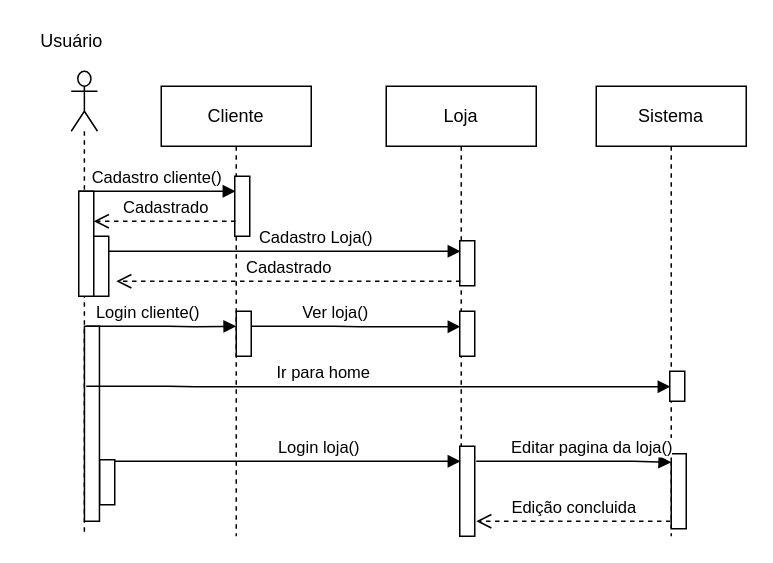
This is Diagram-sequence.drawio from KevinCOliveira/Drawio, a draw.io file, before an edit. Source tidied: cells renumbered, new cells numbered last; positions are measured from the earlier drawing's top-left corner, leaving out a move shared by most shapes. Both pictures are drawn from the tidied source at 150%, with x=0, y=0 at pixel (26, 26).
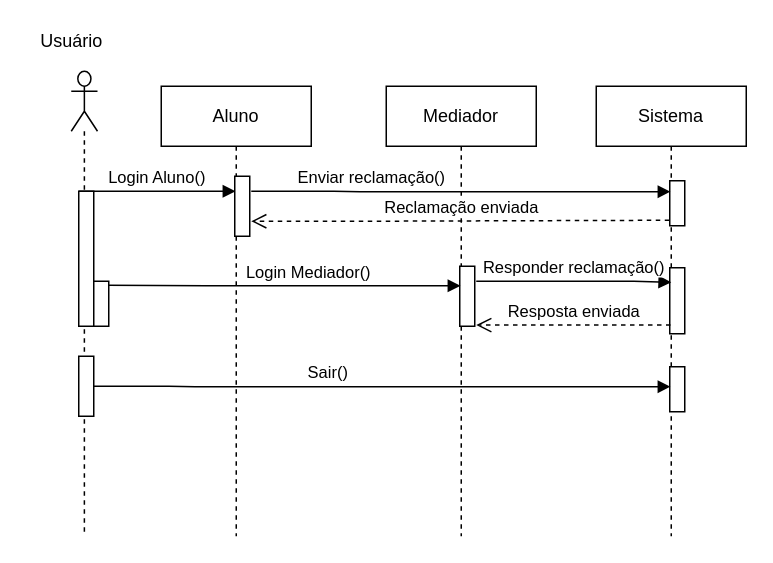
Above is the later version.

Unchanged cells that the change refers to:
```xml
<mxCell id="2" style="shape=umlLifeline;participant=umlActor;perimeter=lifelinePerimeter;whiteSpace=wrap;html=1;verticalAlign=top;spacingTop=36;size=40;" parent="1" vertex="1">
  <mxGeometry x="30" y="30" width="17.5" height="310" as="geometry" />
</mxCell>
<mxCell id="11" value="&lt;div&gt;Sistema&lt;/div&gt;" style="shape=umlLifeline;perimeter=lifelinePerimeter;whiteSpace=wrap;html=1;outlineConnect=0;" parent="1" vertex="1">
  <mxGeometry x="380" y="40" width="100" height="300" as="geometry" />
</mxCell>
```

The edit, as a diff of the source:
```diff
@@
     <mxCell id="3" style="html=1;points=[];perimeter=orthogonalPerimeter;" parent="2" vertex="1">
-      <mxGeometry x="5" y="80" width="10" height="70" as="geometry" />
+      <mxGeometry x="5" y="80" width="10" height="90" as="geometry" />
     </mxCell>
-    <mxCell id="4" style="html=1;points=[];perimeter=orthogonalPerimeter;" parent="2" vertex="1">
-      <mxGeometry x="15" y="110" width="10" height="40" as="geometry" />
-    </mxCell>
-    <mxCell id="5" style="html=1;perimeter=orthogonalPerimeter;" parent="2" vertex="1">
-      <mxGeometry x="8.8" y="170" width="10" height="130" as="geometry" />
-    </mxCell>
-    <mxCell id="6" style="html=1;points=[];perimeter=orthogonalPerimeter;" parent="2" vertex="1">
-      <mxGeometry x="19" y="259" width="10" height="30" as="geometry" />
-    </mxCell>
+    <mxCell id="10" style="html=1;points=[];perimeter=orthogonalPerimeter;" parent="2" vertex="1">
+      <mxGeometry x="5" y="190" width="10" height="40" as="geometry" />
+    </mxCell>
-    <mxCell id="7" value="&lt;div&gt;Loja&lt;/div&gt;" style="shape=umlLifeline;perimeter=lifelinePerimeter;whiteSpace=wrap;html=1;outlineConnect=0;" parent="1" vertex="1">
+    <mxCell id="7" value="Mediador" style="shape=umlLifeline;perimeter=lifelinePerimeter;whiteSpace=wrap;html=1;outlineConnect=0;" parent="1" vertex="1">
       <mxGeometry x="240" y="40" width="100" height="300" as="geometry" />
     </mxCell>
-    <mxCell id="8" style="html=1;perimeter=orthogonalPerimeter;" parent="7" vertex="1">
-      <mxGeometry x="49" y="240" width="10" height="60" as="geometry" />
-    </mxCell>
-    <mxCell id="9" style="html=1;perimeter=orthogonalPerimeter;" parent="7" vertex="1">
-      <mxGeometry x="49" y="103" width="10" height="30" as="geometry" />
-    </mxCell>
-    <mxCell id="10" style="html=1;points=[];perimeter=orthogonalPerimeter;" parent="7" vertex="1">
-      <mxGeometry x="49" y="150" width="10" height="30" as="geometry" />
-    </mxCell>
+    <mxCell id="17" style="html=1;perimeter=orthogonalPerimeter;" parent="7" vertex="1">
+      <mxGeometry x="49" y="120" width="10" height="40" as="geometry" />
+    </mxCell>
@@
     <mxCell id="12" style="html=1;perimeter=orthogonalPerimeter;" parent="11" vertex="1">
-      <mxGeometry x="50" y="245" width="10" height="50" as="geometry" />
+      <mxGeometry x="49" y="121" width="10" height="44" as="geometry" />
     </mxCell>
     <mxCell id="13" style="html=1;perimeter=orthogonalPerimeter;" parent="11" vertex="1">
-      <mxGeometry x="49" y="190" width="10" height="20" as="geometry" />
+      <mxGeometry x="49" y="187" width="10" height="30" as="geometry" />
     </mxCell>
+    <mxCell id="28" style="html=1;points=[];perimeter=orthogonalPerimeter;" parent="11" vertex="1">
+      <mxGeometry x="49" y="63" width="10" height="30" as="geometry" />
+    </mxCell>
@@
-    <mxCell id="15" value="Cliente" style="shape=umlLifeline;perimeter=lifelinePerimeter;whiteSpace=wrap;html=1;outlineConnect=0;" parent="1" vertex="1">
+    <mxCell id="15" value="Aluno" style="shape=umlLifeline;perimeter=lifelinePerimeter;whiteSpace=wrap;html=1;outlineConnect=0;" parent="1" vertex="1">
       <mxGeometry x="90" y="40" width="100" height="300" as="geometry" />
     </mxCell>
-    <mxCell id="16" value="Cadastro cliente()" style="html=1;verticalAlign=bottom;endArrow=block;rounded=0;" parent="15" edge="1" target="15">
+    <mxCell id="16" value="Login Aluno()" style="html=1;verticalAlign=bottom;endArrow=block;rounded=0;" parent="15" edge="1" target="15">
       <mxGeometry relative="1" as="geometry">
         <mxPoint x="-55" y="70" as="sourcePoint" />
       </mxGeometry>
     </mxCell>
-    <mxCell id="17" style="html=1;perimeter=orthogonalPerimeter;" parent="15" vertex="1">
-      <mxGeometry x="50" y="150" width="10" height="30" as="geometry" />
-    </mxCell>
-    <mxCell id="18" value="Ver loja()" style="html=1;verticalAlign=bottom;endArrow=block;rounded=0;" parent="15" edge="1" target="7">
-      <mxGeometry x="-0.19" relative="1" as="geometry">
-        <mxPoint x="60" y="160" as="sourcePoint" />
-        <Array as="points">
-          <mxPoint x="115" y="160" />
-          <mxPoint x="132.5" y="160.3" />
-        </Array>
-      </mxGeometry>
-    </mxCell>
@@
-    <mxCell id="20" value="Cadastro Loja()" style="html=1;verticalAlign=bottom;endArrow=block;rounded=0;" parent="1" edge="1" source="4" target="7">
-      <mxGeometry x="0.18" relative="1" as="geometry">
-        <Array as="points">
-          <mxPoint x="110" y="150" />
-        </Array>
-      </mxGeometry>
-    </mxCell>
-    <mxCell id="21" value="Login cliente()" style="html=1;verticalAlign=bottom;endArrow=block;rounded=0;" parent="1" edge="1">
-      <mxGeometry x="-0.19" relative="1" as="geometry">
-        <mxPoint x="40" y="200" as="sourcePoint" />
-        <mxPoint x="140" y="200" as="targetPoint" />
-        <Array as="points">
-          <mxPoint x="95" y="200" />
-          <mxPoint x="112.5" y="200.3" />
-        </Array>
-      </mxGeometry>
-    </mxCell>
-    <mxCell id="22" value="Login loja()" style="html=1;verticalAlign=bottom;endArrow=block;rounded=0;" parent="1" edge="1" source="6" target="7">
-      <mxGeometry x="0.18" relative="1" as="geometry">
+    <mxCell id="22" value="Login Mediador()" style="html=1;verticalAlign=bottom;endArrow=block;rounded=0;exitX=0.917;exitY=0.089;exitDx=0;exitDy=0;exitPerimeter=0;" parent="1" edge="1" source="6" target="7">
+      <mxGeometry x="0.14" relative="1" as="geometry">
         <Array as="points">
-          <mxPoint x="80" y="290" />
-          <mxPoint x="110" y="290" />
-          <mxPoint x="150" y="290" />
+          <mxPoint x="120" y="173" />
         </Array>
       </mxGeometry>
     </mxCell>
-    <mxCell id="23" value="Cadastrado" style="html=1;verticalAlign=bottom;endArrow=open;dashed=1;endSize=8;rounded=0;" parent="1" edge="1" source="15" target="3">
-      <mxGeometry relative="1" as="geometry">
-        <Array as="points">
-          <mxPoint x="90" y="130" />
-        </Array>
-      </mxGeometry>
-    </mxCell>
-    <mxCell id="24" value="Cadastrado" style="html=1;verticalAlign=bottom;endArrow=open;dashed=1;endSize=8;rounded=0;" parent="1" edge="1" source="7">
-      <mxGeometry relative="1" as="geometry">
-        <mxPoint x="60" y="170" as="targetPoint" />
-        <Array as="points">
-          <mxPoint x="235" y="170" />
-        </Array>
-      </mxGeometry>
-    </mxCell>
-    <mxCell id="25" value="Editar pagina da loja()" style="html=1;verticalAlign=bottom;endArrow=block;rounded=0;" parent="1" edge="1">
-      <mxGeometry x="0.18" relative="1" as="geometry">
-        <mxPoint x="300" y="290" as="sourcePoint" />
-        <mxPoint x="430" y="290.7" as="targetPoint" />
+    <mxCell id="25" value="Responder reclamação()" style="html=1;verticalAlign=bottom;endArrow=block;rounded=0;" parent="1" edge="1">
+      <mxGeometry relative="1" as="geometry">
+        <mxPoint x="300" y="170" as="sourcePoint" />
+        <mxPoint x="430" y="170.7" as="targetPoint" />
         <Array as="points">
-          <mxPoint x="335" y="290" />
-          <mxPoint x="365" y="290" />
-          <mxPoint x="405" y="290" />
+          <mxPoint x="335" y="170" />
+          <mxPoint x="350" y="170" />
+          <mxPoint x="365" y="170" />
+          <mxPoint x="405" y="170" />
         </Array>
       </mxGeometry>
     </mxCell>
-    <mxCell id="26" value="&lt;div&gt;Edição concluida&lt;/div&gt;" style="html=1;verticalAlign=bottom;endArrow=open;dashed=1;endSize=8;rounded=0;" parent="1" edge="1">
+    <mxCell id="26" value="&lt;div&gt;Resposta enviada&lt;/div&gt;" style="html=1;verticalAlign=bottom;endArrow=open;dashed=1;endSize=8;rounded=0;" parent="1" edge="1">
       <mxGeometry relative="1" as="geometry">
-        <mxPoint x="429.5" y="330" as="sourcePoint" />
-        <mxPoint x="300" y="330" as="targetPoint" />
+        <mxPoint x="429.5" y="199.2" as="sourcePoint" />
+        <mxPoint x="300" y="199.2" as="targetPoint" />
         <Array as="points">
-          <mxPoint x="375" y="330" />
+          <mxPoint x="375" y="199.2" />
         </Array>
       </mxGeometry>
     </mxCell>
-    <mxCell id="27" value="Ir para home" style="html=1;verticalAlign=bottom;endArrow=block;rounded=0;" parent="1" edge="1" target="11">
+    <mxCell id="27" value="Sair()" style="html=1;verticalAlign=bottom;endArrow=block;rounded=0;" parent="1" edge="1" source="10" target="11">
       <mxGeometry x="-0.19" relative="1" as="geometry">
-        <mxPoint x="40" y="240" as="sourcePoint" />
         <Array as="points">
           <mxPoint x="95" y="240" />
           <mxPoint x="112.5" y="240.3" />
         </Array>
       </mxGeometry>
     </mxCell>
+    <mxCell id="29" value="Enviar reclamação()" style="html=1;verticalAlign=bottom;endArrow=block;rounded=0;" parent="1" edge="1" target="11">
+      <mxGeometry x="-0.43" relative="1" as="geometry">
+        <mxPoint x="150" y="110" as="sourcePoint" />
+        <Array as="points">
+          <mxPoint x="205" y="110" />
+          <mxPoint x="222.5" y="110.3" />
+        </Array>
+      </mxGeometry>
+    </mxCell>
+    <mxCell id="30" value="&lt;div&gt;Reclamação enviada&lt;/div&gt;" style="html=1;verticalAlign=bottom;endArrow=open;dashed=1;endSize=8;rounded=0;exitX=-0.033;exitY=0.878;exitDx=0;exitDy=0;exitPerimeter=0;" parent="1" edge="1" source="28">
+      <mxGeometry relative="1" as="geometry">
+        <mxPoint x="150" y="130" as="targetPoint" />
+        <Array as="points">
+          <mxPoint x="225" y="130" />
+        </Array>
+      </mxGeometry>
+    </mxCell>
+    <mxCell id="6" style="html=1;points=[];perimeter=orthogonalPerimeter;" parent="1" vertex="1">
+      <mxGeometry x="45" y="170" width="10" height="30" as="geometry" />
+    </mxCell>
```
